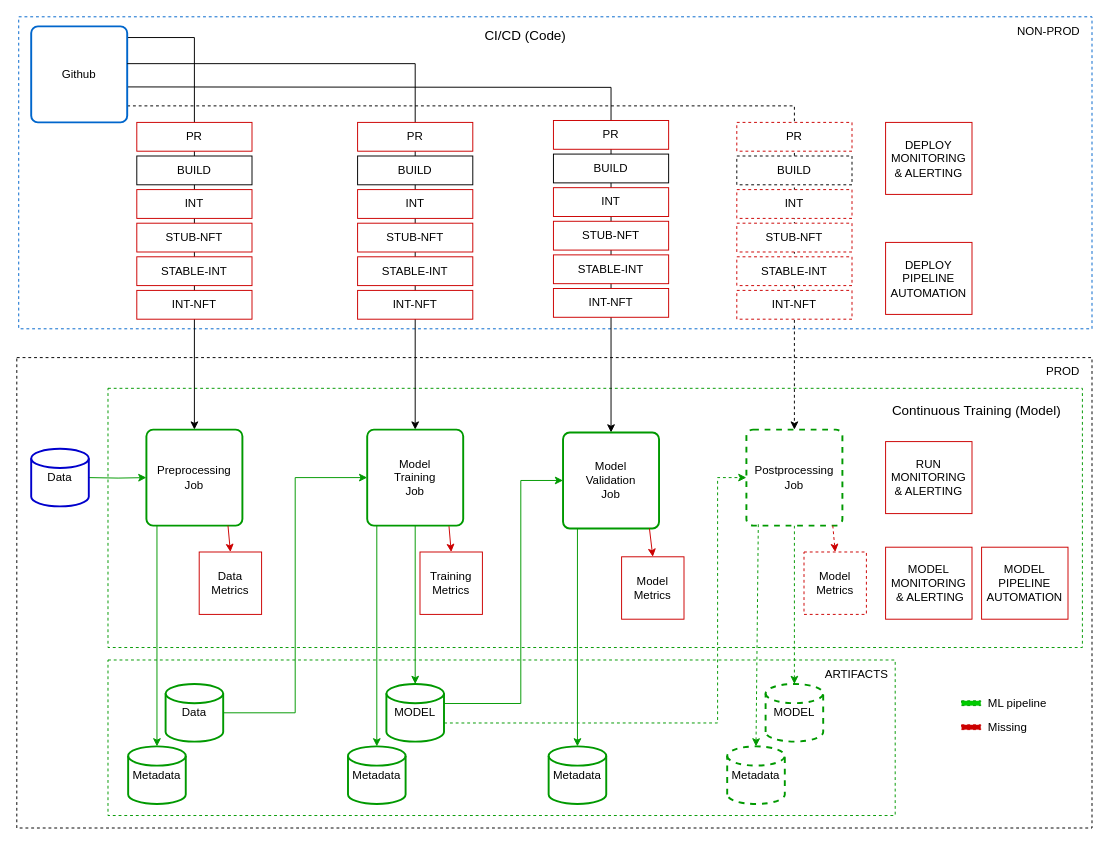
adriangay/my-drawio-diagrams keeps this draw.io diagram as mlops-concepts-cdct.drawio. Above is the earlier version. Source tidied: cells renumbered, new cells numbered last; positions are measured from the earlier drawing's top-left corner, leaving out a move shared by most shapes. Both pictures are drawn from the tidied source at 96%, with x=0, y=0 at pixel (16, 16).
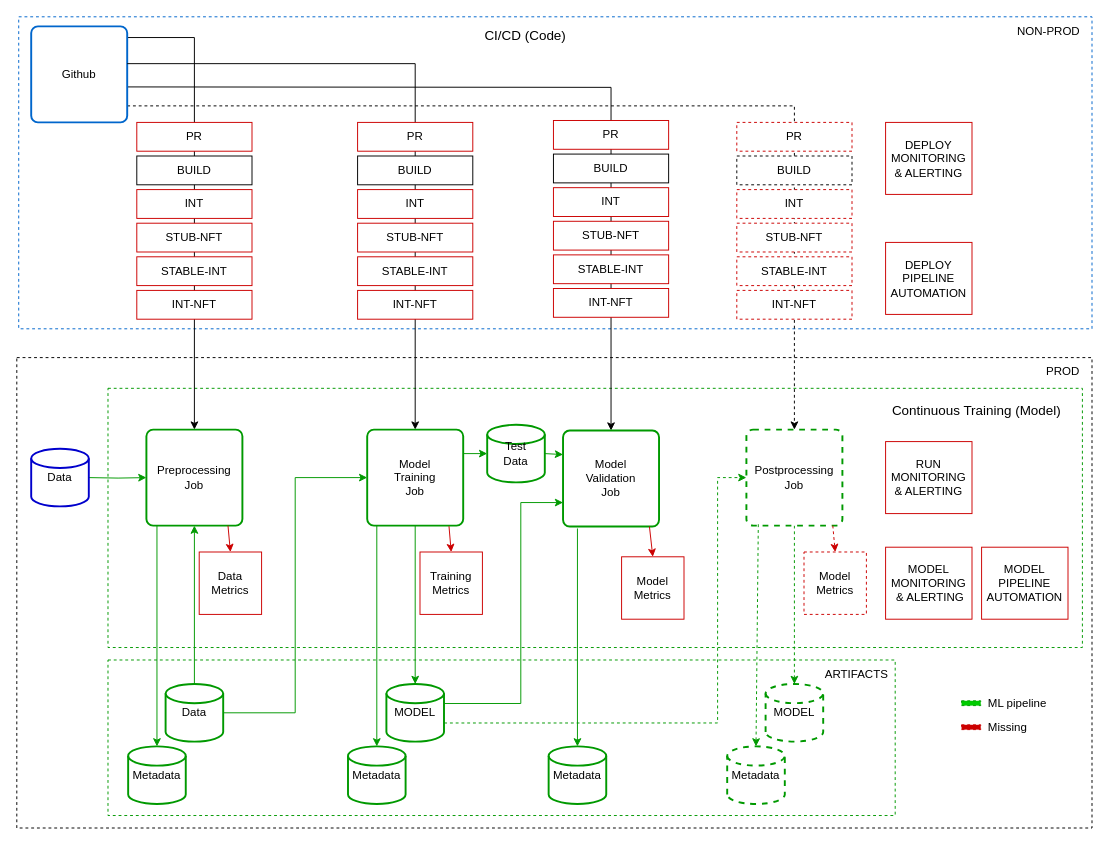
Above is the later version.

The change refers to these unchanged cells:
```xml
<mxCell id="12" value="Preprocessing&lt;br&gt;Job" style="rounded=1;whiteSpace=wrap;html=1;absoluteArcSize=1;arcSize=14;strokeWidth=2;strokeColor=#009900;" parent="1" vertex="1">
  <mxGeometry x="135" y="430" width="100" height="100" as="geometry" />
</mxCell>
<mxCell id="15" value="Model&lt;br&gt;Training&lt;br&gt;Job" style="rounded=1;whiteSpace=wrap;html=1;absoluteArcSize=1;arcSize=14;strokeWidth=2;strokeColor=#009900;" parent="1" vertex="1">
  <mxGeometry x="365" y="430" width="100" height="100" as="geometry" />
</mxCell>
<mxCell id="47" value="Data" style="strokeWidth=2;html=1;shape=mxgraph.flowchart.database;whiteSpace=wrap;strokeColor=#009900;" parent="1" vertex="1">
  <mxGeometry x="155" y="695" width="60" height="60" as="geometry" />
</mxCell>
<mxCell id="50" value="MODEL" style="strokeWidth=2;html=1;shape=mxgraph.flowchart.database;whiteSpace=wrap;strokeColor=#009900;" parent="1" vertex="1">
  <mxGeometry x="385" y="695" width="60" height="60" as="geometry" />
</mxCell>
```

Diff of the diagram source:
```diff
@@
     <mxCell id="16" value="Model&lt;br&gt;Validation&lt;br&gt;Job" style="rounded=1;whiteSpace=wrap;html=1;absoluteArcSize=1;arcSize=14;strokeWidth=2;strokeColor=#009900;" parent="1" vertex="1">
-      <mxGeometry x="569" y="433" width="100" height="100" as="geometry" />
+      <mxGeometry x="569" y="431" width="100" height="100" as="geometry" />
     </mxCell>
@@
+    <mxCell id="79" style="edgeStyle=orthogonalEdgeStyle;rounded=0;jettySize=auto;html=1;exitX=0.5;exitY=0;exitDx=0;exitDy=0;exitPerimeter=0;entryX=0.5;entryY=1;entryDx=0;entryDy=0;startArrow=none;startFill=0;endArrow=classic;endFill=1;strokeColor=#009900;" parent="1" edge="1" source="47" target="12">
+      <mxGeometry relative="1" as="geometry" />
+    </mxCell>
@@
-    <mxCell id="51" style="edgeStyle=orthogonalEdgeStyle;rounded=0;jettySize=auto;html=1;exitX=0;exitY=0.5;exitDx=0;exitDy=0;strokeColor=#009900;startArrow=classic;startFill=1;endArrow=none;endFill=0;entryX=0.997;entryY=0.339;entryDx=0;entryDy=0;entryPerimeter=0;" parent="1" edge="1" source="16" target="50">
+    <mxCell id="51" style="edgeStyle=orthogonalEdgeStyle;rounded=0;jettySize=auto;html=1;exitX=0;exitY=0.75;exitDx=0;exitDy=0;strokeColor=#009900;startArrow=classic;startFill=1;endArrow=none;endFill=0;entryX=0.997;entryY=0.339;entryDx=0;entryDy=0;entryPerimeter=0;" parent="1" edge="1" source="16" target="50">
       <mxGeometry relative="1" as="geometry">
         <Array as="points">
-          <mxPoint x="525" y="483" />
+          <mxPoint x="525" y="506" />
           <mxPoint x="525" y="715" />
         </Array>
       </mxGeometry>
     </mxCell>
@@
+    <mxCell id="80" value="Test&lt;br&gt;Data" style="strokeWidth=2;html=1;shape=mxgraph.flowchart.database;whiteSpace=wrap;strokeColor=#009900;" parent="1" vertex="1">
+      <mxGeometry x="490" y="425" width="60" height="60" as="geometry" />
+    </mxCell>
+    <mxCell id="81" style="endArrow=classic;html=1;strokeColor=#009900;exitX=1;exitY=0.25;exitDx=0;exitDy=0;entryX=0;entryY=0.5;entryDx=0;entryDy=0;entryPerimeter=0;" parent="1" edge="1" source="15" target="80">
+      <mxGeometry relative="1" as="geometry" />
+    </mxCell>
+    <mxCell id="82" style="endArrow=classic;html=1;strokeColor=#009900;exitX=1;exitY=0.5;exitDx=0;exitDy=0;exitPerimeter=0;entryX=0;entryY=0.25;entryDx=0;entryDy=0;" parent="1" edge="1" source="80" target="16">
+      <mxGeometry relative="1" as="geometry" />
+    </mxCell>
```
